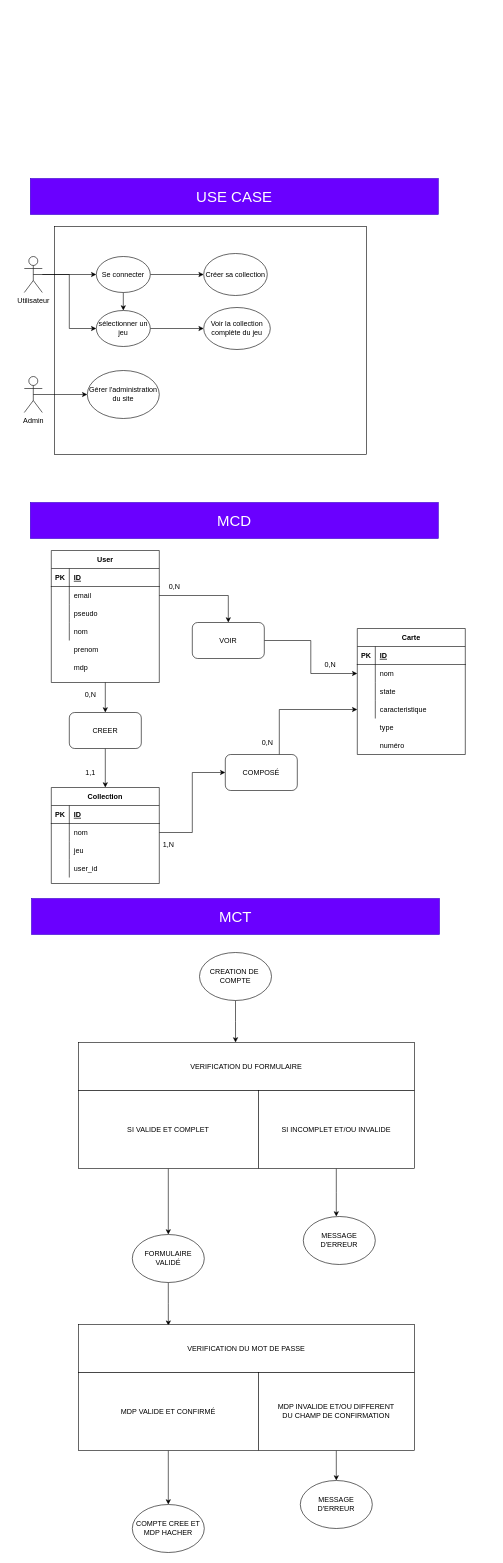
This is concemption.drawio from GodofBaguette/CardStorm, a draw.io file, before an edit. Source tidied: cells renumbered, new cells numbered last; positions are measured from the earlier drawing's top-left corner, leaving out a move shared by most shapes. Both pictures are drawn from the tidied source at 60%, with x=0, y=0 at pixel (24, 178).
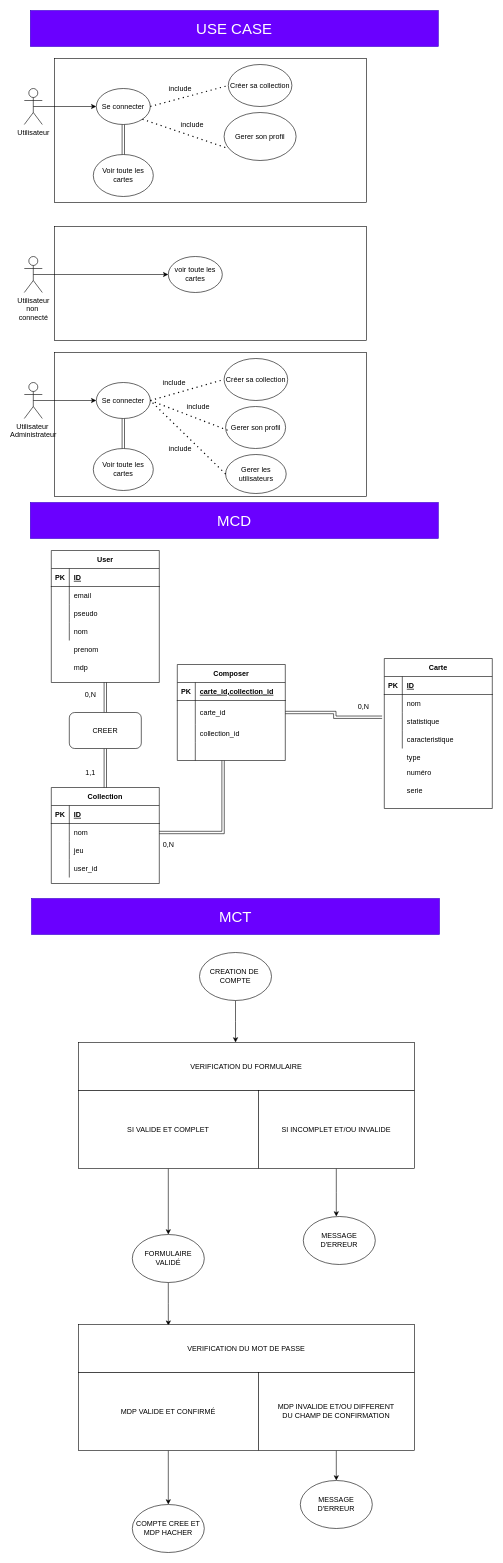
After the change.

The change refers to these unchanged cells:
```xml
<mxCell id="19" value="User" style="shape=table;startSize=30;childLayout=tableLayout;rowLines=0;fontStyle=1;align=center;" parent="1" vertex="1">
  <mxGeometry x="45" y="620" width="180" height="220" as="geometry" />
</mxCell>
<mxCell id="23" style="shape=partialRectangle;fillColor=none;top=0;left=0;bottom=0;right=0;points=[[0,0.5],[1,0.5]];portConstraint=eastwest;" parent="19" vertex="1">
  <mxGeometry y="60" width="180" height="30" as="geometry" />
</mxCell>
<mxCell id="36" style="shape=partialRectangle;fillColor=none;top=0;left=0;bottom=0;right=0;points=[[0,0.5],[1,0.5]];portConstraint=eastwest;" parent="32" vertex="1">
  <mxGeometry y="60" width="180" height="30" as="geometry" />
</mxCell>
<mxCell id="39" style="shape=partialRectangle;fillColor=none;top=0;left=0;bottom=0;right=0;points=[[0,0.5],[1,0.5]];portConstraint=eastwest;" parent="32" vertex="1">
  <mxGeometry y="90" width="180" height="30" as="geometry" />
</mxCell>
<mxCell id="42" style="shape=partialRectangle;fillColor=none;top=0;left=0;bottom=0;right=0;points=[[0,0.5],[1,0.5]];portConstraint=eastwest;" parent="32" vertex="1">
  <mxGeometry y="120" width="180" height="30" as="geometry" />
</mxCell>
<mxCell id="45" value="Collection" style="shape=table;startSize=30;childLayout=tableLayout;rowLines=0;fontStyle=1;align=center;" parent="1" vertex="1">
  <mxGeometry x="45" y="1015" width="180" height="160" as="geometry" />
</mxCell>
<mxCell id="49" style="shape=partialRectangle;fillColor=none;top=0;left=0;bottom=0;right=0;points=[[0,0.5],[1,0.5]];portConstraint=eastwest;" parent="45" vertex="1">
  <mxGeometry y="60" width="180" height="30" as="geometry" />
</mxCell>
<mxCell id="62" value="CREER" style="rounded=1;whiteSpace=wrap;html=1;" parent="1" vertex="1">
  <mxGeometry x="75" y="890" width="120" height="60" as="geometry" />
</mxCell>
```

What changed in the source:
```diff
@@
     <mxCell id="2" style="rounded=0;whiteSpace=wrap;html=1;" parent="1" vertex="1">
-      <mxGeometry x="50" y="80" width="520" height="380" as="geometry" />
+      <mxGeometry x="50" y="-200" width="520" height="240" as="geometry" />
     </mxCell>
@@
-    <mxCell id="4" style="edgeStyle=orthogonalEdgeStyle;rounded=0;jettySize=auto;html=1;entryX=0;entryY=0.5;entryDx=0;entryDy=0;" parent="1" edge="1" source="5" target="10">
-      <mxGeometry relative="1" as="geometry" />
-    </mxCell>
     <mxCell id="5" value="Utilisateur" style="shape=umlActor;verticalLabelPosition=bottom;verticalAlign=top;html=1;outlineConnect=0;" parent="1" vertex="1">
-      <mxGeometry y="130" width="30" height="60" as="geometry" />
+      <mxGeometry y="-150" width="30" height="60" as="geometry" />
     </mxCell>
-    <mxCell id="6" style="edgeStyle=orthogonalEdgeStyle;rounded=0;jettySize=auto;html=1;exitX=0.5;exitY=1;exitDx=0;exitDy=0;entryX=0.5;entryY=0;entryDx=0;entryDy=0;" parent="1" edge="1" source="8" target="10">
-      <mxGeometry relative="1" as="geometry" />
-    </mxCell>
-    <mxCell id="7" style="edgeStyle=orthogonalEdgeStyle;rounded=0;jettySize=auto;html=1;exitX=1;exitY=0.5;exitDx=0;exitDy=0;entryX=0;entryY=0.5;entryDx=0;entryDy=0;" parent="1" edge="1" source="8" target="11">
-      <mxGeometry relative="1" as="geometry" />
-    </mxCell>
+    <mxCell id="94" style="edgeStyle=orthogonalEdgeStyle;shape=link;rounded=0;jettySize=auto;html=1;exitX=0.5;exitY=1;exitDx=0;exitDy=0;entryX=0.5;entryY=0;entryDx=0;entryDy=0;" parent="1" edge="1" source="8" target="112">
+      <mxGeometry relative="1" as="geometry" />
+    </mxCell>
     <mxCell id="8" value="Se connecter" style="ellipse;whiteSpace=wrap;html=1;" parent="1" vertex="1">
-      <mxGeometry x="120" y="130" width="90" height="60" as="geometry" />
+      <mxGeometry x="120" y="-150" width="90" height="60" as="geometry" />
     </mxCell>
-    <mxCell id="9" style="edgeStyle=orthogonalEdgeStyle;rounded=0;jettySize=auto;html=1;exitX=1;exitY=0.5;exitDx=0;exitDy=0;entryX=0;entryY=0.5;entryDx=0;entryDy=0;" parent="1" edge="1" source="10" target="12">
-      <mxGeometry relative="1" as="geometry" />
-    </mxCell>
-    <mxCell id="10" value="sélectionner un&lt;br&gt;jeu" style="ellipse;whiteSpace=wrap;html=1;" parent="1" vertex="1">
-      <mxGeometry x="120" y="220" width="90" height="60" as="geometry" />
-    </mxCell>
     <mxCell id="11" value="Créer sa collection" style="ellipse;whiteSpace=wrap;html=1;" parent="1" vertex="1">
-      <mxGeometry x="299" y="125" width="106" height="70" as="geometry" />
+      <mxGeometry x="340" y="-190" width="106" height="70" as="geometry" />
     </mxCell>
-    <mxCell id="12" value="Voir la collection&lt;br&gt;complète du jeu" style="ellipse;whiteSpace=wrap;html=1;" parent="1" vertex="1">
-      <mxGeometry x="299" y="215" width="111" height="70" as="geometry" />
-    </mxCell>
-    <mxCell id="13" style="edgeStyle=orthogonalEdgeStyle;rounded=0;jettySize=auto;html=1;exitX=0.5;exitY=0.5;exitDx=0;exitDy=0;exitPerimeter=0;entryX=0;entryY=0.5;entryDx=0;entryDy=0;" parent="1" edge="1" source="14" target="15">
-      <mxGeometry relative="1" as="geometry" />
-    </mxCell>
-    <mxCell id="14" value="Admin" style="shape=umlActor;verticalLabelPosition=bottom;verticalAlign=top;html=1;outlineConnect=0;" parent="1" vertex="1">
-      <mxGeometry y="330" width="30" height="60" as="geometry" />
-    </mxCell>
-    <mxCell id="15" value="Gérer l'administration&lt;br&gt;du site" style="ellipse;whiteSpace=wrap;html=1;" parent="1" vertex="1">
-      <mxGeometry x="105" y="320" width="120" height="80" as="geometry" />
-    </mxCell>
     <mxCell id="16" value="&lt;font style=&quot;font-size: 25px&quot;&gt;USE CASE&lt;/font&gt;" style="rounded=0;whiteSpace=wrap;html=1;fillColor=#6a00ff;strokeColor=#3700CC;fontColor=#ffffff;" parent="1" vertex="1">
-      <mxGeometry x="10" width="680" height="60" as="geometry" />
+      <mxGeometry x="10" y="-280" width="680" height="60" as="geometry" />
     </mxCell>
@@
-    <mxCell id="18" style="edgeStyle=orthogonalEdgeStyle;rounded=0;jettySize=auto;html=1;exitX=0.5;exitY=1;exitDx=0;exitDy=0;entryX=0.5;entryY=0;entryDx=0;entryDy=0;" parent="1" edge="1" source="62" target="45">
-      <mxGeometry relative="1" as="geometry" />
-    </mxCell>
+    <mxCell id="63" style="edgeStyle=orthogonalEdgeStyle;rounded=0;jettySize=auto;html=1;exitX=0.5;exitY=1;exitDx=0;exitDy=0;entryX=0.5;entryY=0;entryDx=0;entryDy=0;shape=link;" parent="1" edge="1" source="19" target="62">
+      <mxGeometry relative="1" as="geometry" />
+    </mxCell>
@@
     <mxCell id="32" value="Carte" style="shape=table;startSize=30;childLayout=tableLayout;rowLines=0;fontStyle=1;align=center;" parent="1" vertex="1">
-      <mxGeometry x="555" y="750" width="180" height="210" as="geometry" />
+      <mxGeometry x="600" y="800" width="180" height="250" as="geometry" />
     </mxCell>
@@
-    <mxCell id="41" value="state" style="shape=partialRectangle;fillColor=none;top=0;left=0;bottom=0;right=0;align=left;spacingLeft=6;overflow=hidden;" parent="39" vertex="1">
+    <mxCell id="41" value="statistique" style="shape=partialRectangle;fillColor=none;top=0;left=0;bottom=0;right=0;align=left;spacingLeft=6;overflow=hidden;" parent="39" vertex="1">
       <mxGeometry x="30" width="150" height="30" as="geometry" />
     </mxCell>
@@
     <mxCell id="60" value="type" style="shape=partialRectangle;fillColor=none;top=0;left=0;bottom=0;right=0;align=left;spacingLeft=6;overflow=hidden;" parent="1" vertex="1">
-      <mxGeometry x="585" y="900" width="150" height="30" as="geometry" />
+      <mxGeometry x="630" y="950" width="150" height="30" as="geometry" />
     </mxCell>
     <mxCell id="61" value="numéro" style="shape=partialRectangle;fillColor=none;top=0;left=0;bottom=0;right=0;align=left;spacingLeft=6;overflow=hidden;" parent="1" vertex="1">
-      <mxGeometry x="585" y="930" width="150" height="30" as="geometry" />
+      <mxGeometry x="630" y="975" width="150" height="30" as="geometry" />
     </mxCell>
+    <mxCell id="18" style="edgeStyle=orthogonalEdgeStyle;shape=link;rounded=0;jettySize=auto;html=1;exitX=0.5;exitY=1;exitDx=0;exitDy=0;entryX=0.5;entryY=0;entryDx=0;entryDy=0;" parent="1" edge="1" source="62" target="45">
+      <mxGeometry relative="1" as="geometry" />
+    </mxCell>
@@
-    <mxCell id="63" style="edgeStyle=orthogonalEdgeStyle;rounded=0;jettySize=auto;html=1;exitX=0.5;exitY=1;exitDx=0;exitDy=0;entryX=0.5;entryY=0;entryDx=0;entryDy=0;" parent="1" edge="1" source="19" target="62">
-      <mxGeometry relative="1" as="geometry" />
-    </mxCell>
-    <mxCell id="64" style="edgeStyle=orthogonalEdgeStyle;rounded=0;jettySize=auto;html=1;exitX=0.75;exitY=0;exitDx=0;exitDy=0;entryX=0;entryY=0.5;entryDx=0;entryDy=0;" parent="1" edge="1" source="65" target="42">
-      <mxGeometry relative="1" as="geometry" />
-    </mxCell>
-    <mxCell id="65" value="COMPOSÉ" style="rounded=1;whiteSpace=wrap;html=1;" parent="1" vertex="1">
-      <mxGeometry x="335" y="960" width="120" height="60" as="geometry" />
-    </mxCell>
-    <mxCell id="66" style="edgeStyle=orthogonalEdgeStyle;rounded=0;jettySize=auto;html=1;exitX=1;exitY=0.5;exitDx=0;exitDy=0;entryX=0;entryY=0.5;entryDx=0;entryDy=0;" parent="1" edge="1" source="49" target="65">
-      <mxGeometry relative="1" as="geometry" />
-    </mxCell>
-    <mxCell id="67" style="edgeStyle=orthogonalEdgeStyle;rounded=0;jettySize=auto;html=1;exitX=1;exitY=0.5;exitDx=0;exitDy=0;entryX=0;entryY=0.5;entryDx=0;entryDy=0;" parent="1" edge="1" source="68" target="36">
-      <mxGeometry relative="1" as="geometry" />
-    </mxCell>
-    <mxCell id="68" value="VOIR" style="rounded=1;whiteSpace=wrap;html=1;" parent="1" vertex="1">
-      <mxGeometry x="280" y="740" width="120" height="60" as="geometry" />
-    </mxCell>
-    <mxCell id="69" style="edgeStyle=orthogonalEdgeStyle;rounded=0;jettySize=auto;html=1;exitX=1;exitY=0.5;exitDx=0;exitDy=0;" parent="1" edge="1" source="23" target="68">
-      <mxGeometry relative="1" as="geometry" />
-    </mxCell>
-    <mxCell id="70" value="0,N" style="text;html=1;align=center;verticalAlign=middle;" parent="1" vertex="1">
-      <mxGeometry x="235" y="670" width="30" height="20" as="geometry" />
-    </mxCell>
+    <mxCell id="95" style="edgeStyle=orthogonalEdgeStyle;shape=link;rounded=0;jettySize=auto;html=1;exitX=1;exitY=0.5;exitDx=0;exitDy=0;entryX=-0.02;entryY=0.263;entryDx=0;entryDy=0;entryPerimeter=0;" parent="1" edge="1" source="101" target="39">
+      <mxGeometry relative="1" as="geometry" />
+    </mxCell>
@@
-    <mxCell id="72" value="1,N" style="text;html=1;align=center;verticalAlign=middle;" parent="1" vertex="1">
+    <mxCell id="72" value="0,N" style="text;html=1;align=center;verticalAlign=middle;" parent="1" vertex="1">
       <mxGeometry x="225" y="1100" width="30" height="20" as="geometry" />
     </mxCell>
     <mxCell id="73" value="0,N" style="text;html=1;align=center;verticalAlign=middle;" parent="1" vertex="1">
-      <mxGeometry x="390" y="930" width="30" height="20" as="geometry" />
+      <mxGeometry x="550" y="870" width="30" height="20" as="geometry" />
     </mxCell>
@@
-    <mxCell id="75" value="0,N" style="text;html=1;strokeColor=none;fillColor=none;align=center;verticalAlign=middle;whiteSpace=wrap;rounded=0;" parent="1" vertex="1">
-      <mxGeometry x="490" y="800" width="40" height="20" as="geometry" />
-    </mxCell>
@@
+    <mxCell id="96" style="edgeStyle=orthogonalEdgeStyle;shape=link;rounded=0;jettySize=auto;html=1;exitX=1;exitY=0.5;exitDx=0;exitDy=0;entryX=0.424;entryY=1.008;entryDx=0;entryDy=0;entryPerimeter=0;" parent="1" edge="1" source="49" target="107">
+      <mxGeometry relative="1" as="geometry" />
+    </mxCell>
+    <mxCell id="97" value="Composer" style="shape=table;startSize=30;childLayout=tableLayout;rowLines=0;fontStyle=1;align=center;" parent="1" vertex="1">
+      <mxGeometry x="255" y="810" width="180" height="160" as="geometry" />
+    </mxCell>
+    <mxCell id="98" style="shape=partialRectangle;fillColor=none;top=0;left=0;bottom=1;right=0;" parent="97" vertex="1">
+      <mxGeometry y="30" width="180" height="30" as="geometry" />
+    </mxCell>
+    <mxCell id="99" value="PK" style="shape=partialRectangle;fillColor=none;top=0;left=0;bottom=0;right=0;fontStyle=1;overflow=hidden;" parent="98" vertex="1">
+      <mxGeometry width="30" height="30" as="geometry" />
+    </mxCell>
+    <mxCell id="100" value="carte_id,collection_id" style="shape=partialRectangle;fillColor=none;top=0;left=0;bottom=0;right=0;align=left;spacingLeft=6;fontStyle=5;overflow=hidden;" parent="98" vertex="1">
+      <mxGeometry x="30" width="150" height="30" as="geometry" />
+    </mxCell>
+    <mxCell id="101" style="shape=partialRectangle;fillColor=none;top=0;left=0;bottom=0;right=0;points=[[0,0.5],[1,0.5]];portConstraint=eastwest;" parent="97" vertex="1">
+      <mxGeometry y="60" width="180" height="40" as="geometry" />
+    </mxCell>
+    <mxCell id="102" style="shape=partialRectangle;fillColor=none;top=0;left=0;bottom=0;right=0;overflow=hidden;" parent="101" vertex="1">
+      <mxGeometry width="30" height="40" as="geometry" />
+    </mxCell>
+    <mxCell id="103" value="carte_id" style="shape=partialRectangle;fillColor=none;top=0;left=0;bottom=0;right=0;align=left;spacingLeft=6;overflow=hidden;" parent="101" vertex="1">
+      <mxGeometry x="30" width="150" height="40" as="geometry" />
+    </mxCell>
+    <mxCell id="104" style="shape=partialRectangle;fillColor=none;top=0;left=0;bottom=0;right=0;" parent="97" vertex="1">
+      <mxGeometry y="100" width="180" height="30" as="geometry" />
+    </mxCell>
+    <mxCell id="105" style="shape=partialRectangle;fillColor=none;top=0;left=0;bottom=0;right=0;overflow=hidden;" parent="104" vertex="1">
+      <mxGeometry width="30" height="30" as="geometry" />
+    </mxCell>
+    <mxCell id="106" value="collection_id" style="shape=partialRectangle;fillColor=none;top=0;left=0;bottom=0;right=0;align=left;spacingLeft=6;overflow=hidden;" parent="104" vertex="1">
+      <mxGeometry x="30" width="150" height="30" as="geometry" />
+    </mxCell>
+    <mxCell id="107" style="shape=partialRectangle;fillColor=none;top=0;left=0;bottom=0;right=0;points=[[0,0.5],[1,0.5]];portConstraint=eastwest;" parent="97" vertex="1">
+      <mxGeometry y="130" width="180" height="30" as="geometry" />
+    </mxCell>
+    <mxCell id="108" style="shape=partialRectangle;fillColor=none;top=0;left=0;bottom=0;right=0;overflow=hidden;" parent="107" vertex="1">
+      <mxGeometry width="30" height="30" as="geometry" />
+    </mxCell>
+    <mxCell id="109" style="shape=partialRectangle;fillColor=none;top=0;left=0;bottom=0;right=0;align=left;spacingLeft=6;overflow=hidden;" parent="107" vertex="1">
+      <mxGeometry x="30" width="150" height="30" as="geometry" />
+    </mxCell>
+    <mxCell id="110" value="serie" style="shape=partialRectangle;fillColor=none;top=0;left=0;bottom=0;right=0;align=left;spacingLeft=6;overflow=hidden;" parent="1" vertex="1">
+      <mxGeometry x="630" y="1005" width="150" height="30" as="geometry" />
+    </mxCell>
+    <mxCell id="7" style="endArrow=none;dashed=1;html=1;dashPattern=1 3;strokeWidth=2;exitX=1;exitY=0.5;exitDx=0;exitDy=0;entryX=0;entryY=0.5;entryDx=0;entryDy=0;" parent="1" edge="1" source="8" target="11">
+      <mxGeometry relative="1" as="geometry" />
+    </mxCell>
+    <mxCell id="111" value="include" style="text;html=1;strokeColor=none;fillColor=none;align=center;verticalAlign=middle;whiteSpace=wrap;rounded=0;" parent="1" vertex="1">
+      <mxGeometry x="240" y="-160" width="40" height="20" as="geometry" />
+    </mxCell>
+    <mxCell id="112" value="Voir toute les cartes" style="ellipse;whiteSpace=wrap;html=1;" parent="1" vertex="1">
+      <mxGeometry x="115" y="-40" width="100" height="70" as="geometry" />
+    </mxCell>
+    <mxCell id="113" style="rounded=0;whiteSpace=wrap;html=1;" parent="1" vertex="1">
+      <mxGeometry x="50" y="80" width="520" height="190" as="geometry" />
+    </mxCell>
+    <mxCell id="114" style="edgeStyle=orthogonalEdgeStyle;rounded=0;jettySize=auto;html=1;exitX=0.5;exitY=0.5;exitDx=0;exitDy=0;exitPerimeter=0;entryX=0;entryY=0.5;entryDx=0;entryDy=0;" parent="1" edge="1" source="115" target="116">
+      <mxGeometry relative="1" as="geometry" />
+    </mxCell>
+    <mxCell id="115" value="Utilisateur&lt;br&gt;non&amp;nbsp;&lt;br&gt;connecté" style="shape=umlActor;verticalLabelPosition=bottom;verticalAlign=top;html=1;outlineConnect=0;" parent="1" vertex="1">
+      <mxGeometry y="130" width="30" height="60" as="geometry" />
+    </mxCell>
+    <mxCell id="116" value="voir toute les cartes" style="ellipse;whiteSpace=wrap;html=1;" parent="1" vertex="1">
+      <mxGeometry x="240" y="130" width="90" height="60" as="geometry" />
+    </mxCell>
+    <mxCell id="117" style="rounded=0;whiteSpace=wrap;html=1;" parent="1" vertex="1">
+      <mxGeometry x="50" y="290" width="520" height="240" as="geometry" />
+    </mxCell>
+    <mxCell id="118" style="edgeStyle=orthogonalEdgeStyle;rounded=0;jettySize=auto;html=1;exitX=0.5;exitY=0.5;exitDx=0;exitDy=0;exitPerimeter=0;entryX=0;entryY=0.5;entryDx=0;entryDy=0;" parent="1" edge="1" source="119" target="121">
+      <mxGeometry relative="1" as="geometry" />
+    </mxCell>
+    <mxCell id="119" value="Utilisateur&amp;nbsp;&lt;br&gt;Administrateur" style="shape=umlActor;verticalLabelPosition=bottom;verticalAlign=top;html=1;outlineConnect=0;" parent="1" vertex="1">
+      <mxGeometry y="340" width="30" height="60" as="geometry" />
+    </mxCell>
+    <mxCell id="120" style="edgeStyle=orthogonalEdgeStyle;shape=link;rounded=0;jettySize=auto;html=1;exitX=0.5;exitY=1;exitDx=0;exitDy=0;entryX=0.5;entryY=0;entryDx=0;entryDy=0;" parent="1" edge="1" source="121" target="125">
+      <mxGeometry relative="1" as="geometry" />
+    </mxCell>
+    <mxCell id="121" value="Se connecter" style="ellipse;whiteSpace=wrap;html=1;" parent="1" vertex="1">
+      <mxGeometry x="120" y="340" width="90" height="60" as="geometry" />
+    </mxCell>
+    <mxCell id="122" value="Créer sa collection" style="ellipse;whiteSpace=wrap;html=1;" parent="1" vertex="1">
+      <mxGeometry x="333" y="300" width="106" height="70" as="geometry" />
+    </mxCell>
+    <mxCell id="123" style="endArrow=none;dashed=1;html=1;dashPattern=1 3;strokeWidth=2;exitX=1;exitY=0.5;exitDx=0;exitDy=0;entryX=0;entryY=0.5;entryDx=0;entryDy=0;" parent="1" edge="1" source="121" target="122">
+      <mxGeometry relative="1" as="geometry" />
+    </mxCell>
+    <mxCell id="124" value="include" style="text;html=1;strokeColor=none;fillColor=none;align=center;verticalAlign=middle;whiteSpace=wrap;rounded=0;" parent="1" vertex="1">
+      <mxGeometry x="230" y="330" width="40" height="20" as="geometry" />
+    </mxCell>
+    <mxCell id="125" value="Voir toute les cartes" style="ellipse;whiteSpace=wrap;html=1;" parent="1" vertex="1">
+      <mxGeometry x="115" y="450" width="100" height="70" as="geometry" />
+    </mxCell>
+    <mxCell id="126" value="Gerer son profil" style="ellipse;whiteSpace=wrap;html=1;" parent="1" vertex="1">
+      <mxGeometry x="333" y="-110" width="120" height="80" as="geometry" />
+    </mxCell>
+    <mxCell id="127" style="endArrow=none;dashed=1;html=1;dashPattern=1 3;strokeWidth=2;exitX=1;exitY=1;exitDx=0;exitDy=0;" parent="1" edge="1" source="8">
+      <mxGeometry relative="1" as="geometry">
+        <mxPoint x="340" y="-50" as="targetPoint" />
+      </mxGeometry>
+    </mxCell>
+    <mxCell id="128" value="include" style="text;html=1;strokeColor=none;fillColor=none;align=center;verticalAlign=middle;whiteSpace=wrap;rounded=0;" parent="1" vertex="1">
+      <mxGeometry x="260" y="-100" width="40" height="20" as="geometry" />
+    </mxCell>
+    <mxCell id="129" value="Gerer son profil" style="ellipse;whiteSpace=wrap;html=1;" parent="1" vertex="1">
+      <mxGeometry x="335.5" y="380" width="100" height="70" as="geometry" />
+    </mxCell>
+    <mxCell id="130" value="Gerer les utilisateurs" style="ellipse;whiteSpace=wrap;html=1;" parent="1" vertex="1">
+      <mxGeometry x="335.5" y="460" width="101" height="65" as="geometry" />
+    </mxCell>
+    <mxCell id="131" style="endArrow=none;dashed=1;html=1;dashPattern=1 3;strokeWidth=2;" parent="1" edge="1">
+      <mxGeometry relative="1" as="geometry">
+        <mxPoint x="210" y="370" as="sourcePoint" />
+        <mxPoint x="340" y="420" as="targetPoint" />
+      </mxGeometry>
+    </mxCell>
+    <mxCell id="132" style="endArrow=none;dashed=1;html=1;dashPattern=1 3;strokeWidth=2;exitX=0;exitY=0.5;exitDx=0;exitDy=0;entryX=1;entryY=0.5;entryDx=0;entryDy=0;" parent="1" edge="1" source="130" target="121">
+      <mxGeometry relative="1" as="geometry" />
+    </mxCell>
+    <mxCell id="133" value="include" style="text;html=1;strokeColor=none;fillColor=none;align=center;verticalAlign=middle;whiteSpace=wrap;rounded=0;" parent="1" vertex="1">
+      <mxGeometry x="240" y="440" width="40" height="20" as="geometry" />
+    </mxCell>
+    <mxCell id="134" value="include" style="text;html=1;strokeColor=none;fillColor=none;align=center;verticalAlign=middle;whiteSpace=wrap;rounded=0;" parent="1" vertex="1">
+      <mxGeometry x="270" y="370" width="40" height="20" as="geometry" />
+    </mxCell>
```
